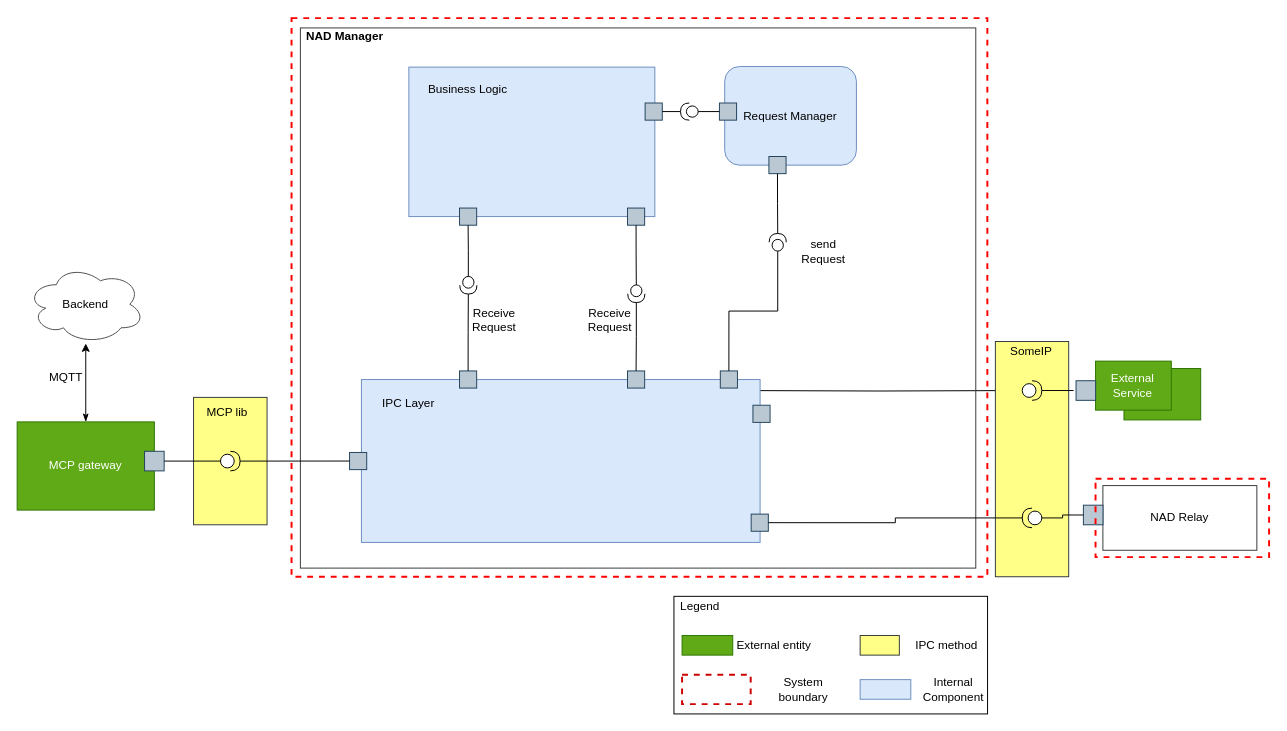
Before: page "dynamic_1st" (3 of 6) of doc/SA cert/Design/nadmanager.drawio in taikt/codefun, a draw.io diagram. Source tidied: cells renumbered, new cells numbered last; positions are measured from the earlier drawing's top-left corner, leaving out a move shared by most shapes. Both pictures are drawn from the tidied source at 98%, with x=0, y=0 at pixel (-129, -1144).
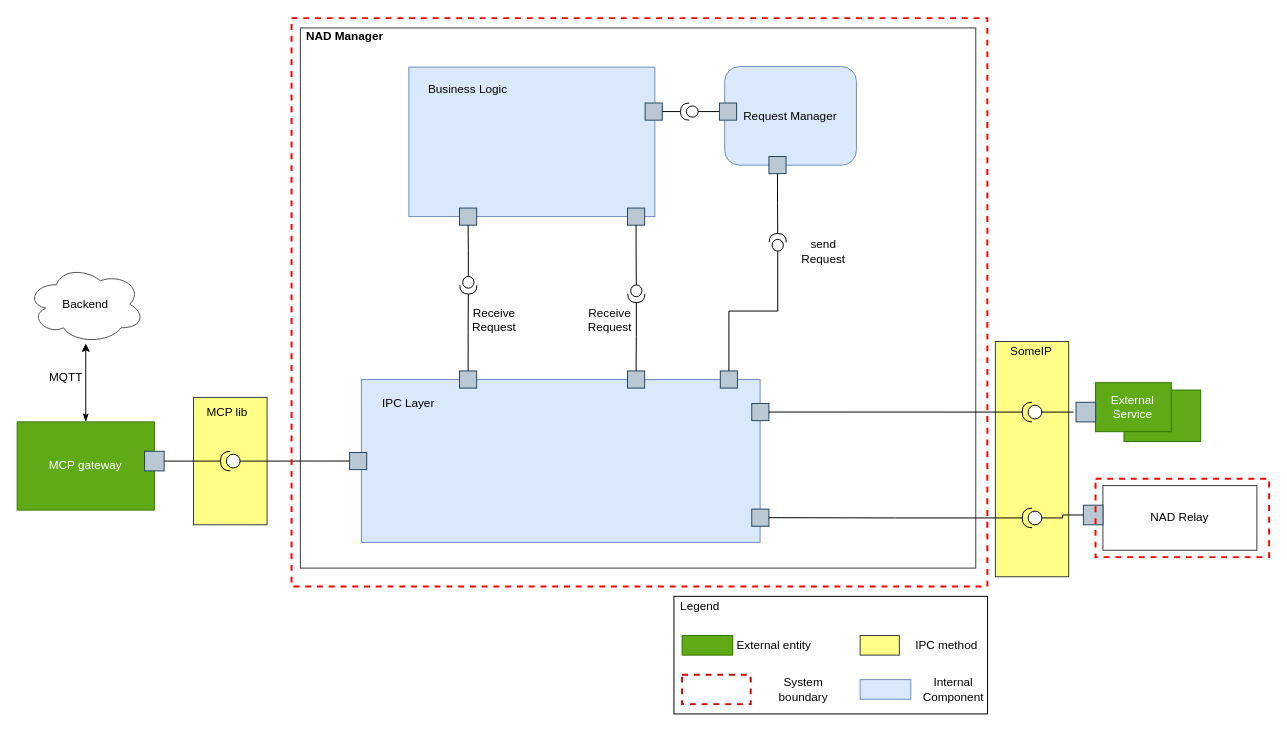
The same diagram, later.

Unchanged cells that the change refers to:
```xml
<mxCell id="30" style="whiteSpace=wrap;html=1;fillColor=#bac8d3;strokeColor=#23445d;" parent="1" vertex="1">
  <mxGeometry x="488.2" y="1628.2" width="17.5" height="17.5" as="geometry" />
</mxCell>
```

What changed in the source:
```diff
@@
-    <mxCell id="10" style="shape=providedRequiredInterface;html=1;verticalLabelPosition=bottom;sketch=0;rotation=0;" parent="1" vertex="1">
+    <mxCell id="10" style="shape=providedRequiredInterface;html=1;verticalLabelPosition=bottom;sketch=0;rotation=-180;" parent="1" vertex="1">
       <mxGeometry x="356.5" y="1627" width="20" height="20" as="geometry" />
     </mxCell>
@@
-    <mxCell id="13" style="edgeStyle=orthogonalEdgeStyle;rounded=0;jettySize=auto;html=1;exitX=1;exitY=0.5;exitDx=0;exitDy=0;startArrow=none;startFill=0;endArrow=none;endFill=0;entryX=0;entryY=0.5;entryDx=0;entryDy=0;entryPerimeter=0;" parent="1" edge="1" target="66">
-      <mxGeometry relative="1" as="geometry">
-        <mxPoint x="881" y="1565" as="sourcePoint" />
-      </mxGeometry>
-    </mxCell>
@@
     <mxCell id="29" style="whiteSpace=wrap;html=1;fillColor=#bac8d3;strokeColor=#23445d;" parent="1" vertex="1">
-      <mxGeometry x="899.8" y="1580" width="17.5" height="17.5" as="geometry" />
+      <mxGeometry x="898.6" y="1578.2" width="17.5" height="17.5" as="geometry" />
     </mxCell>
@@
-    <mxCell id="54" style="edgeStyle=orthogonalEdgeStyle;rounded=0;jettySize=auto;html=1;exitX=1;exitY=0.5;exitDx=0;exitDy=0;exitPerimeter=0;entryX=0;entryY=0.5;entryDx=0;entryDy=0;startArrow=none;startFill=0;endArrow=none;endFill=0;" parent="1" edge="1" source="10" target="30">
+    <mxCell id="54" style="edgeStyle=orthogonalEdgeStyle;rounded=0;jettySize=auto;html=1;exitX=0;exitY=0.5;exitDx=0;exitDy=0;exitPerimeter=0;entryX=0;entryY=0.5;entryDx=0;entryDy=0;startArrow=none;startFill=0;endArrow=none;endFill=0;" parent="1" edge="1" source="10" target="30">
       <mxGeometry relative="1" as="geometry" />
     </mxCell>
     <mxCell id="55" style="whiteSpace=wrap;html=1;fillColor=#bac8d3;strokeColor=#23445d;" parent="1" vertex="1">
-      <mxGeometry x="898" y="1691.1" width="17.5" height="17.5" as="geometry" />
+      <mxGeometry x="898.6" y="1686" width="17.5" height="17.5" as="geometry" />
     </mxCell>
     <mxCell id="56" style="rounded=0;whiteSpace=wrap;html=1;dashed=1;strokeColor=#FF0000;strokeWidth=2;fillColor=none;" parent="1" vertex="1">
-      <mxGeometry x="429" y="1185" width="710" height="570" as="geometry" />
+      <mxGeometry x="429" y="1185" width="710" height="580" as="geometry" />
     </mxCell>
@@
     <mxCell id="58" style="rounded=0;whiteSpace=wrap;html=1;fillColor=#60a917;strokeColor=#2D7600;fontColor=#ffffff;" parent="1" vertex="1">
-      <mxGeometry x="1278.4" y="1542.5" width="78.3" height="52.5" as="geometry" />
+      <mxGeometry x="1278.4" y="1564.5" width="78.3" height="52.5" as="geometry" />
     </mxCell>
     <mxCell id="59" value="External Service" style="rounded=0;whiteSpace=wrap;html=1;fillColor=#60a917;strokeColor=#2D7600;fontColor=#ffffff;" parent="1" vertex="1">
-      <mxGeometry x="1249.4" y="1535" width="77.3" height="50" as="geometry" />
+      <mxGeometry x="1249.4" y="1557" width="77.3" height="50" as="geometry" />
     </mxCell>
@@
     <mxCell id="62" style="whiteSpace=wrap;html=1;fillColor=#bac8d3;strokeColor=#23445d;" parent="1" vertex="1">
-      <mxGeometry x="1229.5" y="1555" width="20" height="20" as="geometry" />
+      <mxGeometry x="1229.5" y="1577" width="20" height="20" as="geometry" />
     </mxCell>
@@
-    <mxCell id="65" style="edgeStyle=orthogonalEdgeStyle;rounded=0;jettySize=auto;html=1;exitX=1;exitY=0.5;exitDx=0;exitDy=0;exitPerimeter=0;startArrow=none;startFill=0;endArrow=none;endFill=0;" parent="1" edge="1" source="66">
+    <mxCell id="65" style="edgeStyle=orthogonalEdgeStyle;rounded=0;jettySize=auto;html=1;exitX=0;exitY=0.5;exitDx=0;exitDy=0;exitPerimeter=0;startArrow=none;startFill=0;endArrow=none;endFill=0;" parent="1" edge="1" source="66">
       <mxGeometry relative="1" as="geometry">
-        <mxPoint x="1227" y="1565" as="targetPoint" />
+        <mxPoint x="1227" y="1587" as="targetPoint" />
       </mxGeometry>
     </mxCell>
-    <mxCell id="66" style="shape=providedRequiredInterface;html=1;verticalLabelPosition=bottom;sketch=0;rotation=0;" parent="1" vertex="1">
-      <mxGeometry x="1174.6" y="1555" width="20" height="20" as="geometry" />
+    <mxCell id="66" style="shape=providedRequiredInterface;html=1;verticalLabelPosition=bottom;sketch=0;rotation=-180;" parent="1" vertex="1">
+      <mxGeometry x="1174.6" y="1577" width="20" height="20" as="geometry" />
     </mxCell>
@@
+    <mxCell id="73" style="edgeStyle=orthogonalEdgeStyle;rounded=0;jettySize=auto;html=1;exitX=1;exitY=0.5;exitDx=0;exitDy=0;startArrow=none;startFill=0;endArrow=none;endFill=0;entryX=1;entryY=0.5;entryDx=0;entryDy=0;entryPerimeter=0;" parent="1" edge="1" source="29" target="66">
+      <mxGeometry relative="1" as="geometry" />
+    </mxCell>
```
